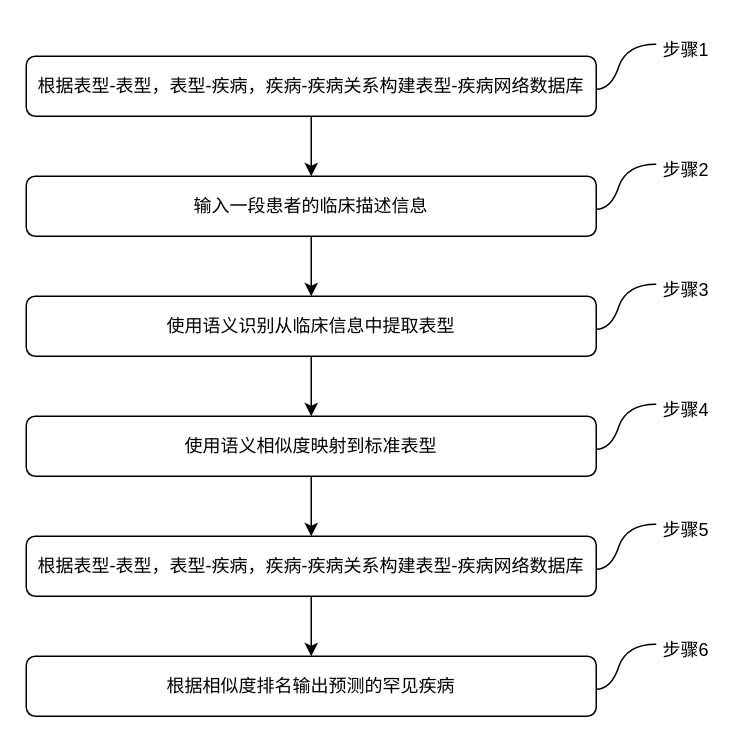
Above: 未命名绘图.drawio in 1374219958/peopleface (draw.io), before the change. Source tidied: cells renumbered, new cells numbered last; positions are measured from the earlier drawing's top-left corner, leaving out a move shared by most shapes. Both pictures are drawn from the tidied source at 150%, with x=0, y=0 at pixel (26, 26).
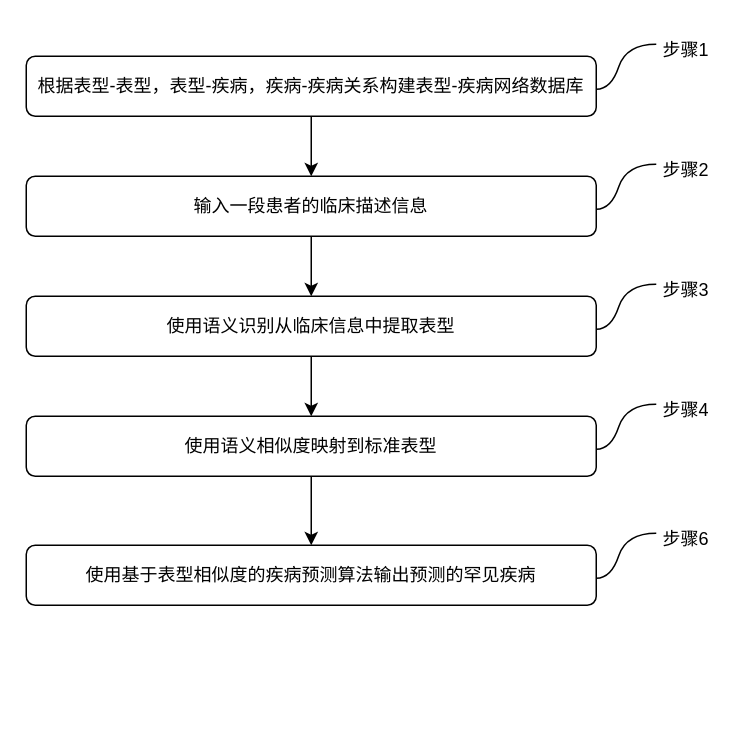
Above is the later version.

Commit message:
更新未命名绘图.drawio

The change refers to these unchanged cells:
```xml
<mxCell id="7" value="使用语义相似度映射到标准表型" style="rounded=1;whiteSpace=wrap;fontSize=12;glass=0;strokeWidth=1;shadow=0;" parent="1" vertex="1">
  <mxGeometry y="260" width="380" height="40" as="geometry" />
</mxCell>
```

Diff of the diagram source:
```diff
@@
-    <mxCell id="6" style="edgeStyle=orthogonalEdgeStyle;rounded=0;jettySize=auto;" parent="1" edge="1" source="7" target="9">
-      <mxGeometry relative="1" as="geometry" />
-    </mxCell>
+    <mxCell id="25" style="edgeStyle=orthogonalEdgeStyle;rounded=0;jettySize=auto;html=1;" parent="1" edge="1" source="7" target="18">
+      <mxGeometry relative="1" as="geometry" />
+    </mxCell>
@@
-    <mxCell id="8" style="edgeStyle=orthogonalEdgeStyle;rounded=0;jettySize=auto;html=1;" parent="1" edge="1" source="9" target="18">
-      <mxGeometry relative="1" as="geometry" />
-    </mxCell>
-    <mxCell id="9" value="根据表型-表型，表型-疾病，疾病-疾病关系构建表型-疾病网络数据库" style="rounded=1;whiteSpace=wrap;fontSize=12;glass=0;strokeWidth=1;shadow=0;" parent="1" vertex="1">
-      <mxGeometry y="340" width="380" height="40" as="geometry" />
-    </mxCell>
@@
-    <mxCell id="16" style="endArrow=none;curved=1;" parent="1" edge="1">
-      <mxGeometry relative="1" as="geometry">
-        <mxPoint x="380" y="362" as="sourcePoint" />
-        <mxPoint x="420" y="332" as="targetPoint" />
-        <Array as="points">
-          <mxPoint x="390" y="362" />
-          <mxPoint x="400" y="332" />
-        </Array>
-      </mxGeometry>
-    </mxCell>
-    <mxCell id="17" value="步骤5" style="text;align=center;verticalAlign=middle;strokeColor=none;fillColor=none;" parent="1" vertex="1">
-      <mxGeometry x="415" y="320" width="50" height="30" as="geometry" />
-    </mxCell>
-    <mxCell id="18" value="根据相似度排名输出预测的罕见疾病" style="rounded=1;whiteSpace=wrap;fontSize=12;glass=0;strokeWidth=1;shadow=0;" parent="1" vertex="1">
-      <mxGeometry y="420" width="380" height="40" as="geometry" />
+    <mxCell id="18" value="使用基于表型相似度的疾病预测算法输出预测的罕见疾病" style="rounded=1;whiteSpace=wrap;fontSize=12;glass=0;strokeWidth=1;shadow=0;" parent="1" vertex="1">
+      <mxGeometry y="346" width="380" height="40" as="geometry" />
     </mxCell>
     <mxCell id="19" style="endArrow=none;curved=1;" parent="1" edge="1">
       <mxGeometry relative="1" as="geometry">
-        <mxPoint x="380" y="442" as="sourcePoint" />
-        <mxPoint x="420" y="412" as="targetPoint" />
+        <mxPoint x="380" y="368" as="sourcePoint" />
+        <mxPoint x="420" y="338" as="targetPoint" />
         <Array as="points">
-          <mxPoint x="390" y="442" />
-          <mxPoint x="400" y="412" />
+          <mxPoint x="390" y="368" />
+          <mxPoint x="400" y="338" />
         </Array>
       </mxGeometry>
     </mxCell>
     <mxCell id="20" value="步骤6" style="text;align=center;verticalAlign=middle;strokeColor=none;fillColor=none;" parent="1" vertex="1">
-      <mxGeometry x="415" y="400" width="50" height="30" as="geometry" />
+      <mxGeometry x="415" y="326" width="50" height="30" as="geometry" />
     </mxCell>
```
